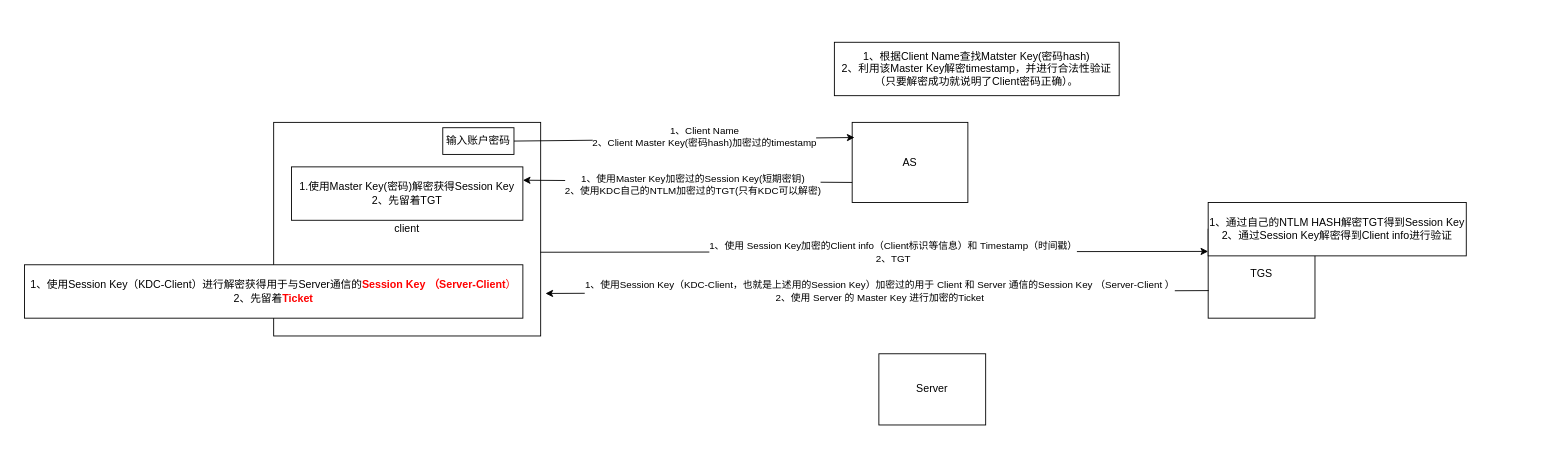
Before: windows_KerberosAuth.drawio in ernongxizhu/picture, a draw.io diagram. Source tidied: cells renumbered, new cells numbered last; positions are measured from the earlier drawing's top-left corner, leaving out a move shared by most shapes. Both pictures are drawn from the tidied source at 89%, with x=0, y=0 at pixel (24, 42).
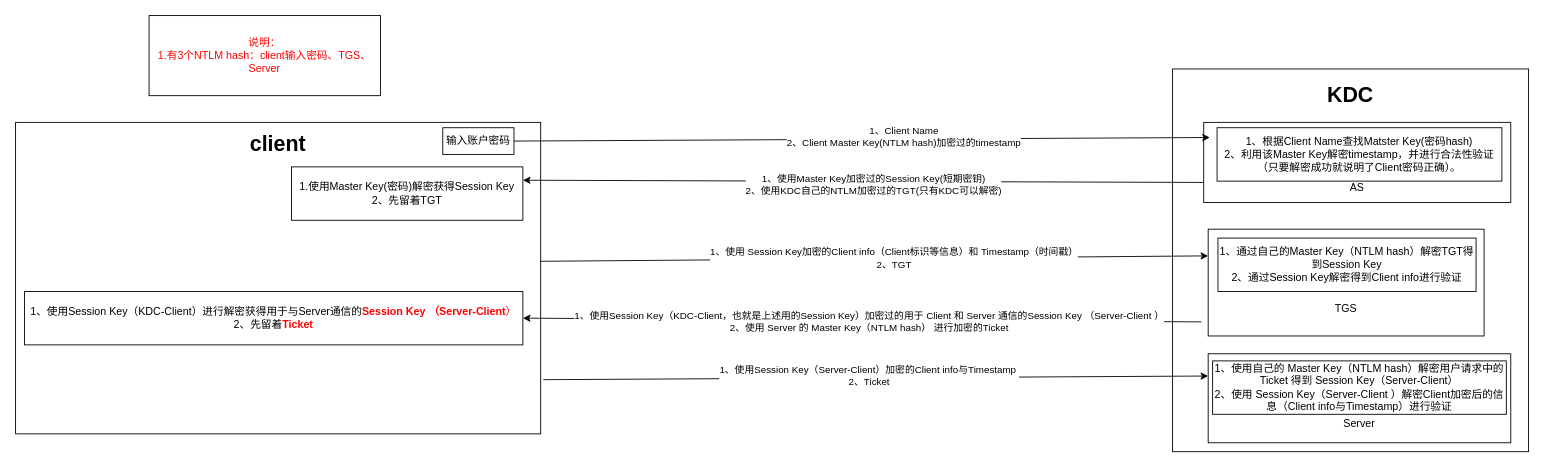
After the change.

Unchanged cells that the change refers to:
```xml
<mxCell id="5" style="endArrow=classic;html=1;rounded=0;entryX=0.02;entryY=0.189;entryDx=0;entryDy=0;entryPerimeter=0;exitX=1;exitY=0.5;exitDx=0;exitDy=0;" parent="1" edge="1" source="10" target="3">
  <mxGeometry relative="1" as="geometry" />
</mxCell>
```

Change to the diagram source:
```diff
@@
+    <mxCell id="19" value="&lt;p style=&quot;line-height: 0%;&quot;&gt;&lt;font style=&quot;font-size: 24px;&quot;&gt;&lt;b&gt;KDC&lt;/b&gt;&lt;/font&gt;&lt;/p&gt;" style="rounded=0;whiteSpace=wrap;html=1;spacingTop=0;spacingLeft=0;spacingBottom=369;" parent="1" vertex="1">
+      <mxGeometry x="1290" y="30" width="400" height="430" as="geometry" />
+    </mxCell>
-    <mxCell id="2" value="client" style="rounded=0;whiteSpace=wrap;html=1;" parent="1" vertex="1">
-      <mxGeometry x="280" y="90" width="300" height="240" as="geometry" />
+    <mxCell id="2" value="&lt;font style=&quot;font-size: 24px;&quot;&gt;&lt;b&gt;client&lt;/b&gt;&lt;/font&gt;" style="rounded=0;whiteSpace=wrap;html=1;spacingBottom=300;" parent="1" vertex="1">
+      <mxGeometry x="-10" y="90" width="590" height="350" as="geometry" />
     </mxCell>
-    <mxCell id="3" value="AS" style="rounded=0;whiteSpace=wrap;html=1;" parent="1" vertex="1">
-      <mxGeometry x="930" y="90" width="130" height="90" as="geometry" />
+    <mxCell id="3" value="&lt;br&gt;&lt;br&gt;&lt;br&gt;&lt;br&gt;AS" style="rounded=0;whiteSpace=wrap;html=1;" parent="1" vertex="1">
+      <mxGeometry x="1325" y="90" width="345" height="90" as="geometry" />
     </mxCell>
-    <mxCell id="4" value="TGS" style="rounded=0;whiteSpace=wrap;html=1;" parent="1" vertex="1">
-      <mxGeometry x="1330" y="210" width="120" height="100" as="geometry" />
+    <mxCell id="4" value="&lt;br&gt;&lt;br&gt;&lt;br&gt;&lt;br&gt;TGS" style="rounded=0;whiteSpace=wrap;html=1;" parent="1" vertex="1">
+      <mxGeometry x="1330" y="210" width="310" height="120" as="geometry" />
     </mxCell>
@@
-    <mxCell id="6" value="1、Client Name&lt;br&gt;2、Client Master Key(密码hash)加密过的timestamp" style="edgeLabel;html=1;align=center;verticalAlign=middle;" parent="5" vertex="1">
+    <mxCell id="6" value="1、Client Name&lt;br&gt;2、Client Master Key(NTLM hash)加密过的timestamp" style="edgeLabel;html=1;align=center;verticalAlign=middle;" parent="5" vertex="1">
       <mxGeometry x="0.12" y="3" relative="1" as="geometry" />
     </mxCell>
     <mxCell id="7" value="1、根据Client Name查找Matster Key(密码hash)&lt;br&gt;2、利用该Master Key解密timestamp，并进行合法性验证（只要解密成功就说明了Client密码正确）。" style="rounded=0;whiteSpace=wrap;html=1;" parent="1" vertex="1">
-      <mxGeometry x="910" width="320" height="60" as="geometry" />
+      <mxGeometry x="1340" y="96" width="320" height="60" as="geometry" />
     </mxCell>
@@
-    <mxCell id="12" style="endArrow=classic;html=1;rounded=0;exitX=0.999;exitY=0.608;exitDx=0;exitDy=0;exitPerimeter=0;entryX=0;entryY=0.25;entryDx=0;entryDy=0;" parent="1" edge="1" source="2" target="4">
+    <mxCell id="12" style="endArrow=classic;html=1;rounded=0;exitX=0.999;exitY=0.446;exitDx=0;exitDy=0;entryX=0;entryY=0.25;entryDx=0;entryDy=0;exitPerimeter=0;" parent="1" edge="1" source="2" target="4">
       <mxGeometry relative="1" as="geometry" />
     </mxCell>
@@
-    <mxCell id="14" value="1、通过自己的NTLM HASH解密TGT得到Session Key&lt;br&gt;2、通过Session Key解密得到Client info进行验证" style="rounded=0;whiteSpace=wrap;html=1;" parent="1" vertex="1">
-      <mxGeometry x="1330" y="180" width="290" height="60" as="geometry" />
+    <mxCell id="14" value="1、通过自己的Master Key（NTLM hash）解密TGT得到Session Key&lt;br&gt;2、通过Session Key解密得到Client info进行验证" style="rounded=0;whiteSpace=wrap;html=1;" parent="1" vertex="1">
+      <mxGeometry x="1341" y="220" width="290" height="60" as="geometry" />
     </mxCell>
-    <mxCell id="15" style="endArrow=classic;html=1;rounded=0;entryX=1.018;entryY=0.801;entryDx=0;entryDy=0;entryPerimeter=0;exitX=0.005;exitY=0.69;exitDx=0;exitDy=0;exitPerimeter=0;" parent="1" edge="1" source="4" target="2">
+    <mxCell id="15" style="endArrow=classic;html=1;rounded=0;entryX=1;entryY=0.5;entryDx=0;entryDy=0;exitX=-0.025;exitY=0.868;exitDx=0;exitDy=0;exitPerimeter=0;" parent="1" edge="1" source="4" target="17">
       <mxGeometry relative="1" as="geometry" />
     </mxCell>
-    <mxCell id="16" value="1、使用Session Key（KDC-Client，也就是上述用的Session Key）加密过的用于 Client 和 Server 通信的Session Key （Server-Client ）&lt;br&gt;2、使用 Server 的 Master Key 进行加密的Ticket" style="edgeLabel;html=1;align=center;verticalAlign=middle;" parent="15" vertex="1">
+    <mxCell id="16" value="1、使用Session Key（KDC-Client，也就是上述用的Session Key）加密过的用于 Client 和 Server 通信的Session Key （Server-Client ）&lt;br&gt;2、使用 Server 的 Master Key（NTLM hash） 进行加密的Ticket" style="edgeLabel;html=1;align=center;verticalAlign=middle;" parent="15" vertex="1">
       <mxGeometry x="-0.53" y="-4" relative="1" as="geometry">
         <mxPoint x="-195" y="4" as="offset" />
       </mxGeometry>
     </mxCell>
     <mxCell id="17" value="1、使用Session Key（KDC-Client）进行解密获得用于与Server通信的&lt;b style=&quot;color: rgb(255, 0, 0);&quot;&gt;Session Key （Server-Client&lt;/b&gt;&lt;font color=&quot;#ff0000&quot;&gt;）&lt;/font&gt;&lt;br&gt;2、先留着&lt;font color=&quot;#ff0000&quot;&gt;&lt;b&gt;Ticket&lt;/b&gt;&lt;/font&gt;" style="rounded=0;whiteSpace=wrap;html=1;" parent="1" vertex="1">
-      <mxGeometry y="250" width="560" height="60" as="geometry" />
+      <mxGeometry y="280" width="560" height="60" as="geometry" />
     </mxCell>
-    <mxCell id="18" value="Server" style="rounded=0;whiteSpace=wrap;html=1;" parent="1" vertex="1">
-      <mxGeometry x="960" y="350" width="120" height="80" as="geometry" />
+    <mxCell id="18" value="&lt;br&gt;&lt;br&gt;&lt;br&gt;&lt;br&gt;Server" style="rounded=0;whiteSpace=wrap;html=1;" parent="1" vertex="1">
+      <mxGeometry x="1330" y="350" width="340" height="100" as="geometry" />
     </mxCell>
+    <mxCell id="20" style="endArrow=classic;html=1;rounded=0;exitX=1.005;exitY=0.826;exitDx=0;exitDy=0;exitPerimeter=0;entryX=0;entryY=0.25;entryDx=0;entryDy=0;" parent="1" edge="1" source="2" target="18">
+      <mxGeometry relative="1" as="geometry" />
+    </mxCell>
+    <mxCell id="21" value="1、使用Session Key（Server-Client）加密的Client info与Timestamp&amp;nbsp;&lt;br&gt;2、Ticket" style="edgeLabel;html=1;align=center;verticalAlign=middle;" parent="20" vertex="1">
+      <mxGeometry x="-0.02" y="3" relative="1" as="geometry" />
+    </mxCell>
+    <mxCell id="22" value="1、使用自己的 Master Key（NTLM hash）解密用户请求中的 Ticket 得到 Session Key（Server-Client）&lt;br&gt;2、使用 Session Key（Server-Client ）解密Client加密后的信息（Client info与Timestamp）进行验证" style="rounded=0;whiteSpace=wrap;html=1;" parent="1" vertex="1">
+      <mxGeometry x="1335" y="358" width="330" height="60" as="geometry" />
+    </mxCell>
+    <mxCell id="23" value="&lt;font color=&quot;#ff0000&quot;&gt;说明：&lt;br&gt;1.有3个NTLM hash：client输入密码、TGS、Server&lt;/font&gt;" style="rounded=0;whiteSpace=wrap;html=1;" parent="1" vertex="1">
+      <mxGeometry x="140" y="-30" width="260" height="90" as="geometry" />
+    </mxCell>
```
